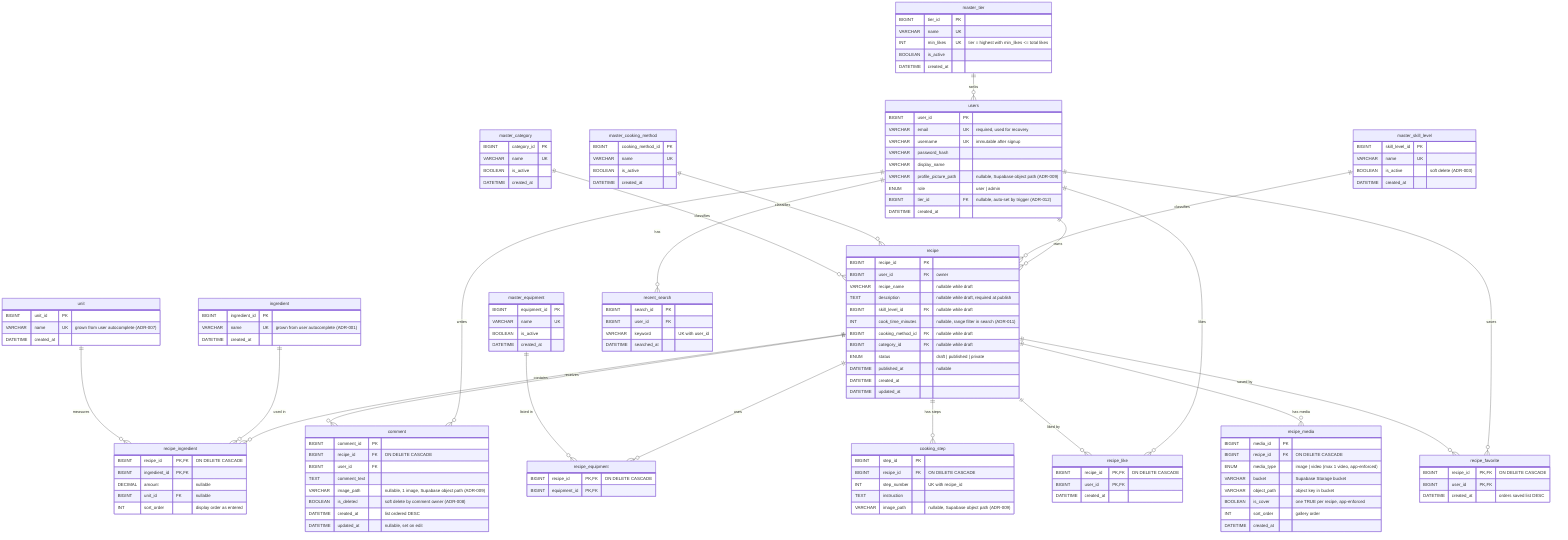
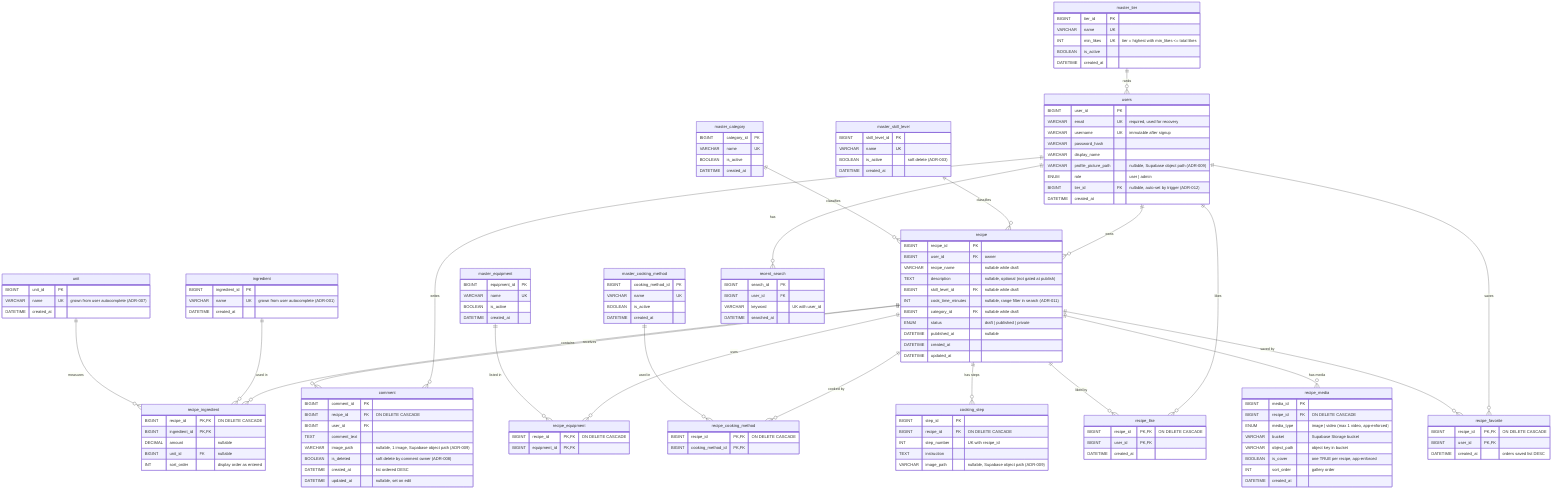
erDiagram
    users {
        BIGINT user_id PK
        VARCHAR email UK "required, used for recovery"
        VARCHAR username UK "immutable after signup"
        VARCHAR password_hash
        VARCHAR display_name
        VARCHAR profile_picture_path "nullable, Supabase object path (ADR-009)"
        ENUM role "user | admin"
        BIGINT tier_id FK "nullable, auto-set by trigger (ADR-012)"
        DATETIME created_at
    }

    master_tier {
        BIGINT tier_id PK
        VARCHAR name UK
        INT min_likes UK "tier = highest with min_likes <= total likes"
        BOOLEAN is_active
        DATETIME created_at
    }

    recipe {
        BIGINT recipe_id PK
        BIGINT user_id FK "owner"
        VARCHAR recipe_name "nullable while draft"
-         TEXT description "nullable while draft, required at publish"
+         TEXT description "nullable, optional (not gated at publish)"
        BIGINT skill_level_id FK "nullable while draft"
        INT cook_time_minutes "nullable, range filter in search (ADR-011)"
-         BIGINT cooking_method_id FK "nullable while draft"
        BIGINT category_id FK "nullable while draft"
        ENUM status "draft | published | private"
        DATETIME published_at "nullable"
        DATETIME created_at
        DATETIME updated_at
    }

    master_skill_level {
        BIGINT skill_level_id PK
        VARCHAR name UK
        BOOLEAN is_active "soft delete (ADR-003)"
        DATETIME created_at
    }

    master_cooking_method {
        BIGINT cooking_method_id PK
        VARCHAR name UK
        BOOLEAN is_active
        DATETIME created_at
    }

    master_category {
        BIGINT category_id PK
        VARCHAR name UK
        BOOLEAN is_active
        DATETIME created_at
    }

    master_equipment {
        BIGINT equipment_id PK
        VARCHAR name UK
        BOOLEAN is_active
        DATETIME created_at
    }

    recipe_equipment {
        BIGINT recipe_id PK, FK "ON DELETE CASCADE"
        BIGINT equipment_id PK, FK
+     }
+ 
+     recipe_cooking_method {
+         BIGINT recipe_id PK, FK "ON DELETE CASCADE"
+         BIGINT cooking_method_id PK, FK
    }

    ingredient {
        BIGINT ingredient_id PK
        VARCHAR name UK "grown from user autocomplete (ADR-001)"
        DATETIME created_at
    }

    unit {
        BIGINT unit_id PK
        VARCHAR name UK "grown from user autocomplete (ADR-007)"
        DATETIME created_at
    }

    recipe_ingredient {
        BIGINT recipe_id PK, FK "ON DELETE CASCADE"
        BIGINT ingredient_id PK, FK
        DECIMAL amount "nullable"
        BIGINT unit_id FK "nullable"
        INT sort_order "display order as entered"
    }

    cooking_step {
        BIGINT step_id PK
        BIGINT recipe_id FK "ON DELETE CASCADE"
        INT step_number "UK with recipe_id"
        TEXT instruction
        VARCHAR image_path "nullable, Supabase object path (ADR-009)"
    }

    recipe_media {
        BIGINT media_id PK
        BIGINT recipe_id FK "ON DELETE CASCADE"
        ENUM media_type "image | video (max 1 video, app-enforced)"
        VARCHAR bucket "Supabase Storage bucket"
        VARCHAR object_path "object key in bucket"
        BOOLEAN is_cover "one TRUE per recipe, app-enforced"
        INT sort_order "gallery order"
        DATETIME created_at
    }

    comment {
        BIGINT comment_id PK
        BIGINT recipe_id FK "ON DELETE CASCADE"
        BIGINT user_id FK
        TEXT comment_text
        VARCHAR image_path "nullable, 1 image, Supabase object path (ADR-009)"
        BOOLEAN is_deleted "soft delete by comment owner (ADR-008)"
        DATETIME created_at "list ordered DESC"
        DATETIME updated_at "nullable, set on edit"
    }

    recipe_like {
        BIGINT recipe_id PK, FK "ON DELETE CASCADE"
        BIGINT user_id PK, FK
        DATETIME created_at
    }

    recipe_favorite {
        BIGINT recipe_id PK, FK "ON DELETE CASCADE"
        BIGINT user_id PK, FK
        DATETIME created_at "orders saved list DESC"
    }

    recent_search {
        BIGINT search_id PK
        BIGINT user_id FK
        VARCHAR keyword "UK with user_id"
        DATETIME searched_at
    }

    users ||--o{ recipe : "owns"
    users ||--o{ comment : "writes"
    users ||--o{ recipe_like : "likes"
    users ||--o{ recipe_favorite : "saves"
    users ||--o{ recent_search : "has"

    recipe ||--o{ recipe_ingredient : "contains"
    ingredient ||--o{ recipe_ingredient : "used in"
    unit ||--o{ recipe_ingredient : "measures"
    recipe ||--o{ cooking_step : "has steps"
    recipe ||--o{ recipe_media : "has media"
    recipe ||--o{ comment : "receives"
    recipe ||--o{ recipe_like : "liked by"
    recipe ||--o{ recipe_favorite : "saved by"
    recipe ||--o{ recipe_equipment : "uses"
    master_equipment ||--o{ recipe_equipment : "listed in"

    master_tier ||--o{ users : "ranks"
    master_skill_level ||--o{ recipe : "classifies"
-     master_cooking_method ||--o{ recipe : "classifies"
+     recipe ||--o{ recipe_cooking_method : "cooked by"
+     master_cooking_method ||--o{ recipe_cooking_method : "used in"
    master_category ||--o{ recipe : "classifies"
